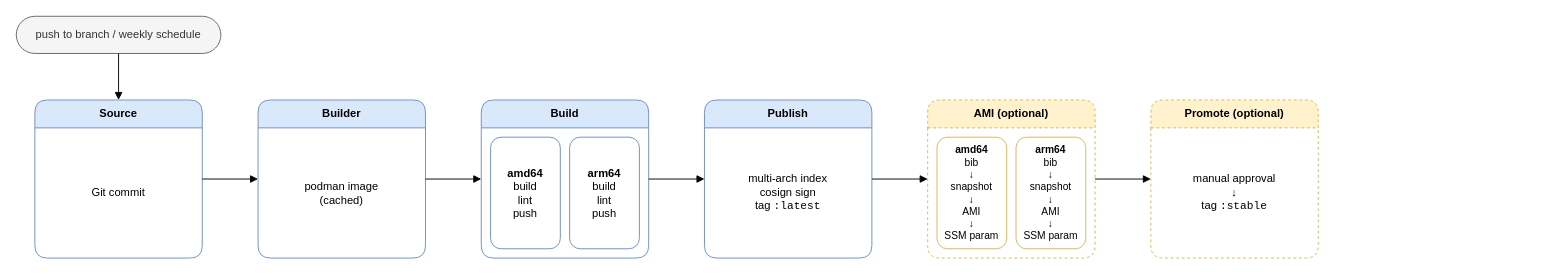
Before: docs/pipeline.drawio in rprakashg/bootc-aws-pipeline, a draw.io diagram. Source tidied: cells renumbered, new cells numbered last; positions are measured from the earlier drawing's top-left corner, leaving out a move shared by most shapes. Both pictures are drawn from the tidied source at 93%, with x=0, y=0 at pixel (16, 16).
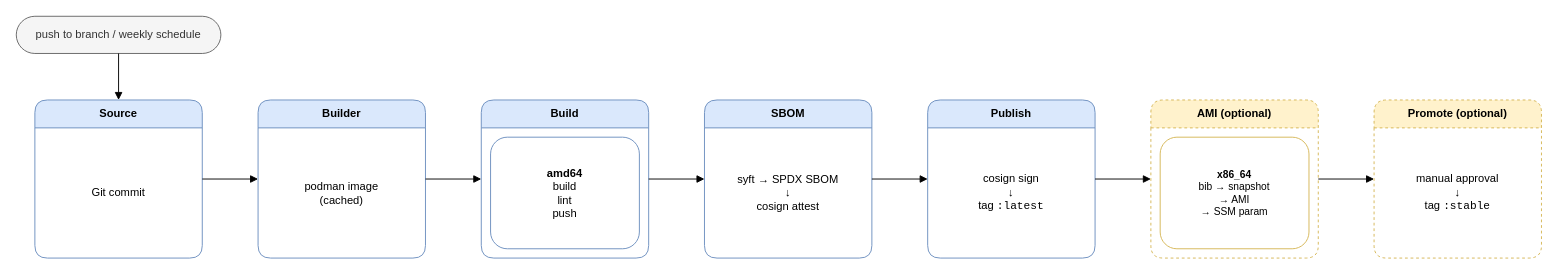
Above is the later version.

The change refers to these unchanged cells:
```xml
<mxCell id="7" value="Build" style="swimlane;rounded=1;whiteSpace=wrap;html=1;startSize=30;fillColor=#dae8fc;strokeColor=#6c8ebf;fontStyle=1;" parent="1" vertex="1">
  <mxGeometry x="500" y="90" width="180" height="170" as="geometry" />
</mxCell>
```

Change to the diagram source:
```diff
@@
     <mxCell id="8" value="&lt;b&gt;amd64&lt;/b&gt;&lt;br&gt;build&lt;br&gt;lint&lt;br&gt;push" style="rounded=1;whiteSpace=wrap;html=1;fillColor=#ffffff;strokeColor=#6c8ebf;" parent="7" vertex="1">
-      <mxGeometry x="10" y="40" width="75" height="120" as="geometry" />
+      <mxGeometry x="10" y="40" width="160" height="120" as="geometry" />
     </mxCell>
-    <mxCell id="9" value="&lt;b&gt;arm64&lt;/b&gt;&lt;br&gt;build&lt;br&gt;lint&lt;br&gt;push" style="rounded=1;whiteSpace=wrap;html=1;fillColor=#ffffff;strokeColor=#6c8ebf;" parent="7" vertex="1">
-      <mxGeometry x="95" y="40" width="75" height="120" as="geometry" />
-    </mxCell>
+    <mxCell id="23" value="SBOM" style="swimlane;rounded=1;whiteSpace=wrap;html=1;startSize=30;fillColor=#dae8fc;strokeColor=#6c8ebf;fontStyle=1;" parent="1" vertex="1">
+      <mxGeometry x="740" y="90" width="180" height="170" as="geometry" />
+    </mxCell>
+    <mxCell id="24" value="syft → SPDX SBOM&lt;br&gt;↓&lt;br&gt;cosign attest" style="text;html=1;align=center;verticalAlign=middle;whiteSpace=wrap;" parent="23" vertex="1">
+      <mxGeometry x="10" y="40" width="160" height="120" as="geometry" />
+    </mxCell>
     <mxCell id="10" value="Publish" style="swimlane;rounded=1;whiteSpace=wrap;html=1;startSize=30;fillColor=#dae8fc;strokeColor=#6c8ebf;fontStyle=1;" parent="1" vertex="1">
-      <mxGeometry x="740" y="90" width="180" height="170" as="geometry" />
+      <mxGeometry x="980" y="90" width="180" height="170" as="geometry" />
     </mxCell>
-    <mxCell id="11" value="multi-arch index&lt;br&gt;cosign sign&lt;br&gt;tag &lt;code&gt;:latest&lt;/code&gt;" style="text;html=1;align=center;verticalAlign=middle;whiteSpace=wrap;" parent="10" vertex="1">
+    <mxCell id="11" value="cosign sign&lt;br&gt;↓&lt;br&gt;tag &lt;code&gt;:latest&lt;/code&gt;" style="text;html=1;align=center;verticalAlign=middle;whiteSpace=wrap;" parent="10" vertex="1">
       <mxGeometry x="10" y="40" width="160" height="120" as="geometry" />
     </mxCell>
     <mxCell id="12" value="AMI (optional)" style="swimlane;rounded=1;whiteSpace=wrap;html=1;startSize=30;fillColor=#fff2cc;strokeColor=#d6b656;fontStyle=1;dashed=1;" parent="1" vertex="1">
-      <mxGeometry x="980" y="90" width="180" height="170" as="geometry" />
+      <mxGeometry x="1220" y="90" width="180" height="170" as="geometry" />
     </mxCell>
-    <mxCell id="13" value="&lt;b&gt;amd64&lt;/b&gt;&lt;br&gt;bib&lt;br&gt;↓&lt;br&gt;snapshot&lt;br&gt;↓&lt;br&gt;AMI&lt;br&gt;↓&lt;br&gt;SSM param" style="rounded=1;whiteSpace=wrap;html=1;fillColor=#ffffff;strokeColor=#d6b656;fontSize=11;" parent="12" vertex="1">
-      <mxGeometry x="10" y="40" width="75" height="120" as="geometry" />
+    <mxCell id="13" value="&lt;b&gt;x86_64&lt;/b&gt;&lt;br&gt;bib → snapshot&lt;br&gt;→ AMI&lt;br&gt;→ SSM param" style="rounded=1;whiteSpace=wrap;html=1;fillColor=#ffffff;strokeColor=#d6b656;fontSize=11;" parent="12" vertex="1">
+      <mxGeometry x="10" y="40" width="160" height="120" as="geometry" />
     </mxCell>
-    <mxCell id="14" value="&lt;b&gt;arm64&lt;/b&gt;&lt;br&gt;bib&lt;br&gt;↓&lt;br&gt;snapshot&lt;br&gt;↓&lt;br&gt;AMI&lt;br&gt;↓&lt;br&gt;SSM param" style="rounded=1;whiteSpace=wrap;html=1;fillColor=#ffffff;strokeColor=#d6b656;fontSize=11;" parent="12" vertex="1">
-      <mxGeometry x="95" y="40" width="75" height="120" as="geometry" />
-    </mxCell>
     <mxCell id="15" value="Promote (optional)" style="swimlane;rounded=1;whiteSpace=wrap;html=1;startSize=30;fillColor=#fff2cc;strokeColor=#d6b656;fontStyle=1;dashed=1;" parent="1" vertex="1">
-      <mxGeometry x="1220" y="90" width="180" height="170" as="geometry" />
+      <mxGeometry x="1460" y="90" width="180" height="170" as="geometry" />
     </mxCell>
@@
-    <mxCell id="20" style="edgeStyle=orthogonalEdgeStyle;rounded=0;html=1;endArrow=block;endFill=1;" parent="1" edge="1" source="7" target="10">
-      <mxGeometry relative="1" as="geometry" />
-    </mxCell>
+    <mxCell id="25" style="edgeStyle=orthogonalEdgeStyle;rounded=0;html=1;endArrow=block;endFill=1;" parent="1" edge="1" source="7" target="23">
+      <mxGeometry relative="1" as="geometry" />
+    </mxCell>
+    <mxCell id="26" style="edgeStyle=orthogonalEdgeStyle;rounded=0;html=1;endArrow=block;endFill=1;" parent="1" edge="1" source="23" target="10">
+      <mxGeometry relative="1" as="geometry" />
+    </mxCell>
```
